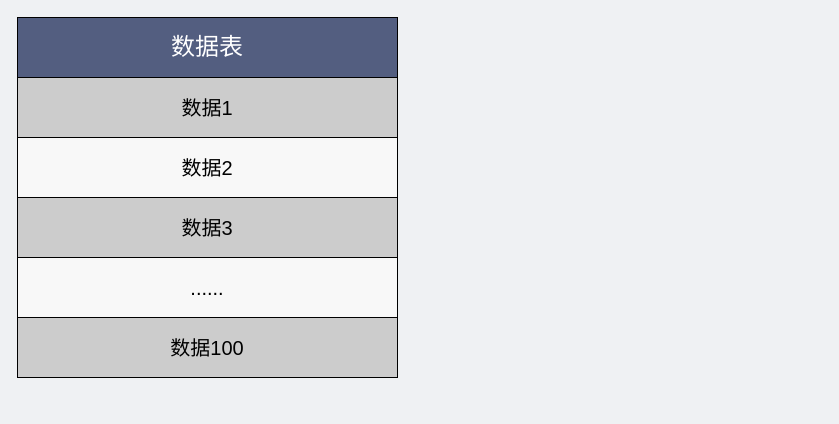
Above: network/锁表.drawio in xiaobaiTech/image (draw.io), before the change. Source tidied: cells renumbered, new cells numbered last; positions are measured from the earlier drawing's top-left corner, leaving out a move shared by most shapes. Both pictures are drawn from the tidied source at 100%, with x=0, y=0 at pixel (17, 17).
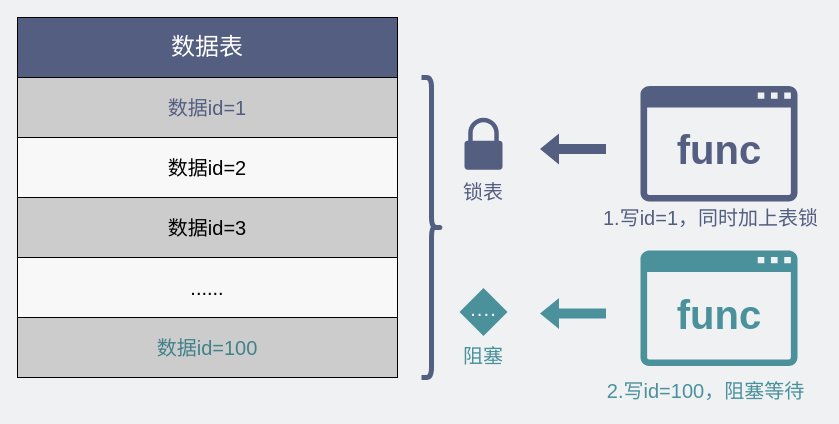
The same diagram, later.

Change to the diagram source:
```diff
@@
-    <mxCell id="2" value="数据1" style="rounded=0;whiteSpace=wrap;html=1;fillColor=#CCCCCC;gradientColor=none;fontSize=20;" parent="1" vertex="1">
+    <mxCell id="2" value="&lt;font color=&quot;#535e80&quot;&gt;数据id=1&lt;/font&gt;" style="rounded=0;whiteSpace=wrap;html=1;fillColor=#CCCCCC;gradientColor=none;fontSize=20;" parent="1" vertex="1">
       <mxGeometry y="60" width="380" height="60" as="geometry" />
     </mxCell>
@@
-    <mxCell id="4" value="&lt;font style=&quot;font-size: 20px;&quot;&gt;数据2&lt;/font&gt;" style="rounded=0;whiteSpace=wrap;html=1;fillColor=#F8F8F8;gradientColor=none;fontSize=20;" parent="1" vertex="1">
+    <mxCell id="4" value="&lt;font style=&quot;font-size: 20px&quot;&gt;数据id=2&lt;/font&gt;" style="rounded=0;whiteSpace=wrap;html=1;fillColor=#F8F8F8;gradientColor=none;fontSize=20;" parent="1" vertex="1">
       <mxGeometry y="120" width="380" height="60" as="geometry" />
     </mxCell>
-    <mxCell id="5" value="数据3" style="rounded=0;whiteSpace=wrap;html=1;fillColor=#CCCCCC;gradientColor=none;fontSize=20;" parent="1" vertex="1">
+    <mxCell id="5" value="数据id=3" style="rounded=0;whiteSpace=wrap;html=1;fillColor=#CCCCCC;gradientColor=none;fontSize=20;" parent="1" vertex="1">
       <mxGeometry y="180" width="380" height="60" as="geometry" />
     </mxCell>
@@
-    <mxCell id="7" value="数据100" style="rounded=0;whiteSpace=wrap;html=1;fillColor=#CCCCCC;gradientColor=none;fontSize=20;" parent="1" vertex="1">
+    <mxCell id="7" value="&lt;font color=&quot;#42818a&quot;&gt;数据id=100&lt;/font&gt;" style="rounded=0;whiteSpace=wrap;html=1;fillColor=#CCCCCC;gradientColor=none;fontSize=20;" parent="1" vertex="1">
       <mxGeometry y="300" width="380" height="60" as="geometry" />
     </mxCell>
+    <mxCell id="8" style="sketch=0;shadow=0;dashed=0;html=1;strokeColor=none;fillColor=#535E80;labelPosition=center;verticalLabelPosition=bottom;verticalAlign=top;align=center;shape=mxgraph.office.concepts.application_generic;fontSize=20;" parent="1" vertex="1">
+      <mxGeometry x="623" y="68.5" width="157" height="115.5" as="geometry" />
+    </mxCell>
+    <mxCell id="9" style="sketch=0;shadow=0;dashed=0;html=1;strokeColor=none;labelPosition=center;verticalLabelPosition=bottom;verticalAlign=top;align=center;shape=mxgraph.office.security.lock_protected;fillColor=#535E80;fontSize=20;" parent="1" vertex="1">
+      <mxGeometry x="447" y="100.2" width="38" height="52" as="geometry" />
+    </mxCell>
+    <mxCell id="10" style="shape=curlyBracket;whiteSpace=wrap;html=1;rounded=1;flipH=1;fontSize=20;fillColor=#535E80;strokeWidth=5;fontColor=#535E80;strokeColor=#535E80;" parent="1" vertex="1">
+      <mxGeometry x="404" y="60" width="20" height="300" as="geometry" />
+    </mxCell>
+    <mxCell id="11" style="shape=flexArrow;endArrow=classic;html=1;rounded=0;fontSize=20;strokeColor=none;fillColor=#535E80;" parent="1" edge="1">
+      <mxGeometry relative="1" as="geometry">
+        <mxPoint x="589" y="131.4" as="sourcePoint" />
+        <mxPoint x="522" y="131.4" as="targetPoint" />
+      </mxGeometry>
+    </mxCell>
+    <mxCell id="12" value="&lt;font style=&quot;font-size: 40px&quot; color=&quot;#535e80&quot;&gt;&lt;b&gt;func&lt;/b&gt;&lt;/font&gt;" style="text;html=1;strokeColor=none;fillColor=none;align=center;verticalAlign=middle;whiteSpace=wrap;rounded=0;fontSize=20;" parent="1" vertex="1">
+      <mxGeometry x="672" y="117" width="60" height="30" as="geometry" />
+    </mxCell>
+    <mxCell id="13" style="sketch=0;shadow=0;dashed=0;html=1;strokeColor=none;fillColor=#4A919B;labelPosition=center;verticalLabelPosition=bottom;verticalAlign=top;align=center;shape=mxgraph.office.concepts.application_generic;fontSize=20;" parent="1" vertex="1">
+      <mxGeometry x="623" y="233" width="157" height="115.5" as="geometry" />
+    </mxCell>
+    <mxCell id="14" style="shape=flexArrow;endArrow=classic;html=1;rounded=0;fontSize=20;strokeColor=none;fillColor=#4A919B;" parent="1" edge="1">
+      <mxGeometry relative="1" as="geometry">
+        <mxPoint x="589" y="295.9" as="sourcePoint" />
+        <mxPoint x="522" y="295.9" as="targetPoint" />
+      </mxGeometry>
+    </mxCell>
+    <mxCell id="15" value="&lt;font style=&quot;font-size: 40px&quot;&gt;&lt;b&gt;func&lt;/b&gt;&lt;/font&gt;" style="text;html=1;strokeColor=none;fillColor=none;align=center;verticalAlign=middle;whiteSpace=wrap;rounded=0;fontSize=20;fontColor=#4A919B;" parent="1" vertex="1">
+      <mxGeometry x="672" y="281.5" width="60" height="30" as="geometry" />
+    </mxCell>
+    <mxCell id="16" value="&lt;font style=&quot;font-size: 20px&quot;&gt;1.写id=1，同时加上表锁&lt;/font&gt;" style="text;html=1;strokeColor=none;fillColor=none;align=center;verticalAlign=middle;whiteSpace=wrap;rounded=0;fontSize=40;fontColor=#535E80;" parent="1" vertex="1">
+      <mxGeometry x="583" y="164" width="221" height="57" as="geometry" />
+    </mxCell>
+    <mxCell id="17" value="&lt;font style=&quot;font-size: 20px&quot;&gt;2.写id=100，阻塞等待&lt;/font&gt;" style="text;html=1;strokeColor=none;fillColor=none;align=center;verticalAlign=middle;whiteSpace=wrap;rounded=0;fontSize=40;fontColor=#4A919B;" parent="1" vertex="1">
+      <mxGeometry x="583" y="346" width="211" height="39" as="geometry" />
+    </mxCell>
+    <mxCell id="18" value="锁表" style="text;html=1;strokeColor=none;fillColor=none;align=center;verticalAlign=middle;whiteSpace=wrap;rounded=0;fontSize=20;fontColor=#535E80;" parent="1" vertex="1">
+      <mxGeometry x="436" y="159" width="60" height="30" as="geometry" />
+    </mxCell>
+    <mxCell id="19" value="阻塞" style="text;html=1;strokeColor=none;fillColor=none;align=center;verticalAlign=middle;whiteSpace=wrap;rounded=0;fontSize=20;fontColor=#4A919B;" parent="1" vertex="1">
+      <mxGeometry x="436" y="323" width="60" height="30" as="geometry" />
+    </mxCell>
+    <mxCell id="20" value="····" style="rhombus;whiteSpace=wrap;html=1;fontSize=20;fontColor=#FFFFFF;strokeWidth=3;fillColor=#4A919B;strokeColor=none;" parent="1" vertex="1">
+      <mxGeometry x="442" y="270.5" width="48" height="48" as="geometry" />
+    </mxCell>
```
